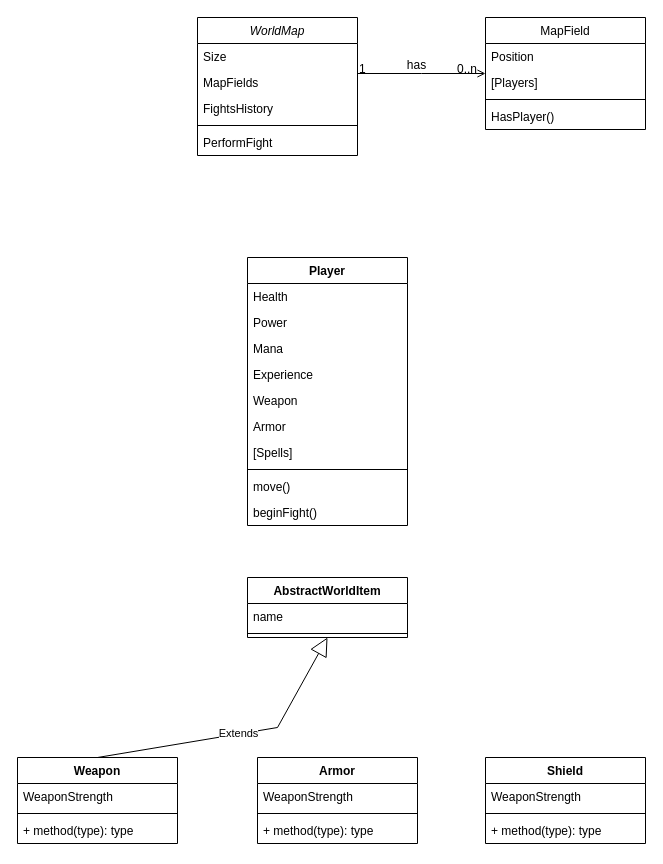
The draw.io diagram PO1.drawio in Piotreqsl/oolab, before the edit. Source tidied: cells renumbered, new cells numbered last; positions are measured from the earlier drawing's top-left corner, leaving out a move shared by most shapes. Both pictures are drawn from the tidied source at 100%, with x=0, y=0 at pixel (17, 17).
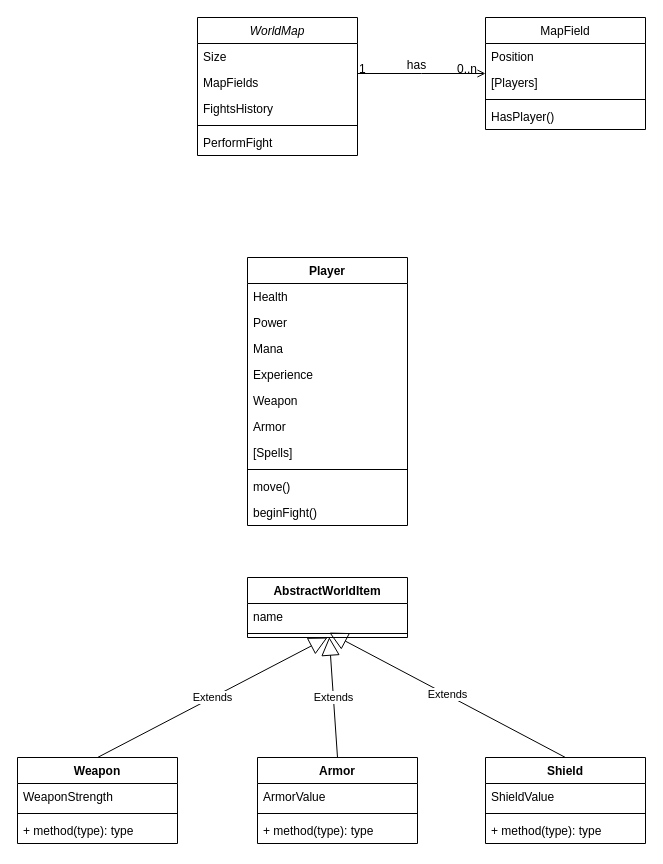
The same diagram, later.

The change refers to these unchanged cells:
```xml
<mxCell id="28" value="AbstractWorldItem" style="swimlane;fontStyle=1;align=center;verticalAlign=top;horizontal=1;startSize=26;" parent="1" vertex="1">
  <mxGeometry x="230" y="560" width="160" height="60" as="geometry" />
</mxCell>
<mxCell id="29" value="name" style="text;strokeColor=none;fillColor=none;align=left;verticalAlign=top;spacingLeft=4;spacingRight=4;overflow=hidden;points=[[0,0.5],[1,0.5]];portConstraint=eastwest;" parent="28" vertex="1">
  <mxGeometry y="26" width="160" height="26" as="geometry" />
</mxCell>
<mxCell id="30" style="line;strokeWidth=1;fillColor=none;align=left;verticalAlign=middle;spacingTop=-1;spacingLeft=3;spacingRight=3;labelPosition=right;points=[];portConstraint=eastwest;strokeColor=inherit;" parent="28" vertex="1">
  <mxGeometry y="52" width="160" height="8" as="geometry" />
</mxCell>
<mxCell id="32" value="Weapon" style="swimlane;fontStyle=1;align=center;verticalAlign=top;horizontal=1;startSize=26;" parent="1" vertex="1">
  <mxGeometry y="740" width="160" height="86" as="geometry" />
</mxCell>
<mxCell id="36" value="Armor" style="swimlane;fontStyle=1;align=center;verticalAlign=top;horizontal=1;startSize=26;" parent="1" vertex="1">
  <mxGeometry x="240" y="740" width="160" height="86" as="geometry" />
</mxCell>
<mxCell id="40" value="Shield" style="swimlane;fontStyle=1;align=center;verticalAlign=top;horizontal=1;startSize=26;" parent="1" vertex="1">
  <mxGeometry x="468" y="740" width="160" height="86" as="geometry" />
</mxCell>
```

What changed in the source:
```diff
@@
     <mxCell id="31" value="Extends" style="endArrow=block;endSize=16;endFill=0;html=1;rounded=0;exitX=0.5;exitY=0;exitDx=0;exitDy=0;entryX=0.5;entryY=1;entryDx=0;entryDy=0;" parent="1" edge="1" source="32" target="28">
-      <mxGeometry relative="1" as="geometry">
-        <Array as="points">
-          <mxPoint x="260" y="710" />
-        </Array>
-      </mxGeometry>
+      <mxGeometry relative="1" as="geometry" />
     </mxCell>
@@
-    <mxCell id="37" value="WeaponStrength" style="text;strokeColor=none;fillColor=none;align=left;verticalAlign=top;spacingLeft=4;spacingRight=4;overflow=hidden;" parent="36" vertex="1">
+    <mxCell id="37" value="ArmorValue" style="text;strokeColor=none;fillColor=none;align=left;verticalAlign=top;spacingLeft=4;spacingRight=4;overflow=hidden;" parent="36" vertex="1">
       <mxGeometry y="26" width="160" height="26" as="geometry" />
     </mxCell>
@@
-    <mxCell id="41" value="WeaponStrength" style="text;strokeColor=none;fillColor=none;align=left;verticalAlign=top;spacingLeft=4;spacingRight=4;overflow=hidden;" parent="40" vertex="1">
+    <mxCell id="41" value="ShieldValue" style="text;strokeColor=none;fillColor=none;align=left;verticalAlign=top;spacingLeft=4;spacingRight=4;overflow=hidden;" parent="40" vertex="1">
       <mxGeometry y="26" width="160" height="26" as="geometry" />
     </mxCell>
@@
+    <mxCell id="44" value="Extends" style="endArrow=block;endSize=16;endFill=0;html=1;rounded=0;exitX=0.5;exitY=0;exitDx=0;exitDy=0;entryX=0.511;entryY=0.955;entryDx=0;entryDy=0;entryPerimeter=0;" parent="1" edge="1" source="36" target="30">
+      <mxGeometry relative="1" as="geometry" />
+    </mxCell>
+    <mxCell id="45" value="Extends" style="endArrow=block;endSize=16;endFill=0;html=1;rounded=0;exitX=0.5;exitY=0;exitDx=0;exitDy=0;entryX=0.511;entryY=1.119;entryDx=0;entryDy=0;entryPerimeter=0;" parent="1" edge="1" source="40" target="29">
+      <mxGeometry relative="1" as="geometry" />
+    </mxCell>
```
